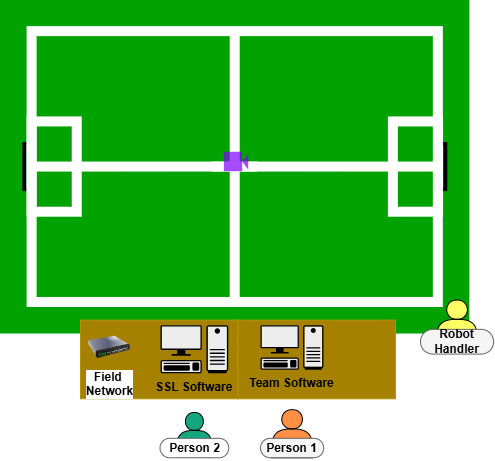
The draw.io diagram docs-source/field/images/setup_lab.drawio (1).png in RoboCup-SSL/ssl-docs, before a commit. Source tidied: cells renumbered, new cells last; positions are measured from the earlier drawing's top-left corner, leaving out a move shared by most shapes.
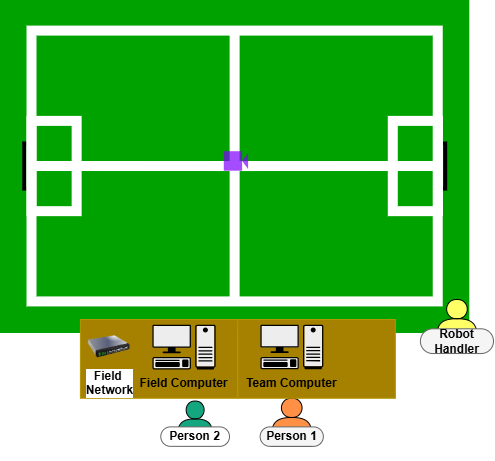
Later version of the same file.

Commit message:
updated the name of SSL Software and Team Software to SSL Computer and Team Computer

The edit, as a diff of the source:
```diff
@@ -55,7 +55,7 @@
       <mxGeometry x="80" y="320" width="315" height="140" as="geometry" />
     </mxCell>
     <mxCell id="18" style="group;" parent="17" vertex="1">
-      <mxGeometry x="48.9" y="92.4" width="130" height="45.3" as="geometry" />
+      <mxGeometry x="49.7" y="81.6" width="130" height="45.3" as="geometry" />
     </mxCell>
     <mxCell id="19" style="shape=actor;whiteSpace=wrap;html=1;fillColor=light-dark(#13A67F,#A68100);fontStyle=1;" parent="18" vertex="1">
       <mxGeometry x="47" width="35.9" height="44.7" as="geometry" />
@@ -66,14 +66,14 @@
     <mxCell id="21" style="rounded=0;whiteSpace=wrap;html=1;fillColor=light-dark(#A68100,#A68100);strokeColor=#B09500;fontColor=#000000;fontStyle=1;" parent="17" vertex="1">
       <mxGeometry width="157.5" height="78.7" as="geometry" />
     </mxCell>
-    <mxCell id="22" value="SSL Software" style="shape=mxgraph.networks2.icon;fillColor=#EDEDED;strokeColor=#000000;gradientColor=#5B6163;network2IconShadow=1;network2bgFillColor=none;labelPosition=center;verticalLabelPosition=bottom;align=center;verticalAlign=top;network2Icon=mxgraph.networks2.pc;network2IconYOffset=-0.0593;network2IconW=0.9999;network2IconH=0.7096;fontStyle=1;" parent="17" vertex="1">
-      <mxGeometry x="80" y="5.1" width="67.8" height="48.1" as="geometry" />
+    <mxCell id="22" value="Field Computer" style="shape=mxgraph.networks2.icon;fillColor=#EDEDED;strokeColor=#000000;gradientColor=#5B6163;network2IconShadow=1;network2bgFillColor=none;labelPosition=center;verticalLabelPosition=bottom;align=center;verticalAlign=top;network2Icon=mxgraph.networks2.pc;network2IconYOffset=-0.0593;network2IconW=0.9999;network2IconH=0.7096;fontStyle=1;" parent="17" vertex="1">
+      <mxGeometry x="72" y="5.2" width="63.2" height="44.9" as="geometry" />
     </mxCell>
     <mxCell id="23" value="Field&amp;nbsp;&lt;div&gt;Network&lt;/div&gt;" style="image;html=1;image=img/lib/clip_art/networking/Switch_128x128.png;fontStyle=1;" parent="17" vertex="1">
       <mxGeometry x="8" y="11.7" width="41.9" height="31.6" as="geometry" />
     </mxCell>
     <mxCell id="24" style="group;" parent="17" vertex="1">
-      <mxGeometry x="180" y="89.6" width="63.2" height="48.1" as="geometry" />
+      <mxGeometry x="179.7" y="78.7" width="63.2" height="48.1" as="geometry" />
     </mxCell>
     <mxCell id="25" style="shape=actor;whiteSpace=wrap;html=1;fillColor=#FF9046;fontStyle=1;" parent="24" vertex="1">
       <mxGeometry x="11" width="41.2" height="48.1" as="geometry" />
@@ -84,7 +84,7 @@
     <mxCell id="27" style="rounded=0;whiteSpace=wrap;html=1;fillColor=light-dark(#A68100,#A68100);strokeColor=#B09500;fontColor=#000000;fontStyle=1;" parent="17" vertex="1">
       <mxGeometry x="157.5" width="157.5" height="78.7" as="geometry" />
     </mxCell>
-    <mxCell id="28" value="Team Software" style="shape=mxgraph.networks2.icon;fillColor=#EDEDED;strokeColor=#000000;gradientColor=#5B6163;network2IconShadow=1;network2bgFillColor=none;labelPosition=center;verticalLabelPosition=bottom;align=center;verticalAlign=top;network2Icon=mxgraph.networks2.pc;network2IconYOffset=-0.0593;network2IconW=0.9999;network2IconH=0.7096;fontStyle=1;" parent="17" vertex="1">
+    <mxCell id="28" value="Team Computer" style="shape=mxgraph.networks2.icon;fillColor=#EDEDED;strokeColor=#000000;gradientColor=#5B6163;network2IconShadow=1;network2bgFillColor=none;labelPosition=center;verticalLabelPosition=bottom;align=center;verticalAlign=top;network2Icon=mxgraph.networks2.pc;network2IconYOffset=-0.0593;network2IconW=0.9999;network2IconH=0.7096;fontStyle=1;" parent="17" vertex="1">
       <mxGeometry x="180" y="5.2" width="62.9" height="44.7" as="geometry" />
     </mxCell>
   </root>
```
